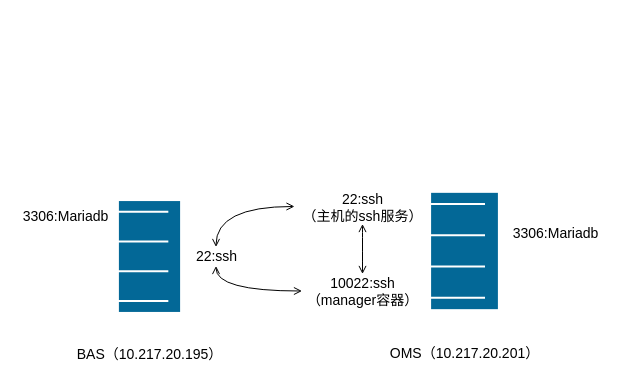
The draw.io diagram page "MHA-Mariadb" (4 of 4) of Mysql高可用.drawio in waterwatermelon/graph, before the edit. Source tidied: cells renumbered, new cells numbered last; positions are measured from the earlier drawing's top-left corner, leaving out a move shared by most shapes. Both pictures are drawn from the tidied source at 100%, with x=0, y=0 at pixel (17, 164).
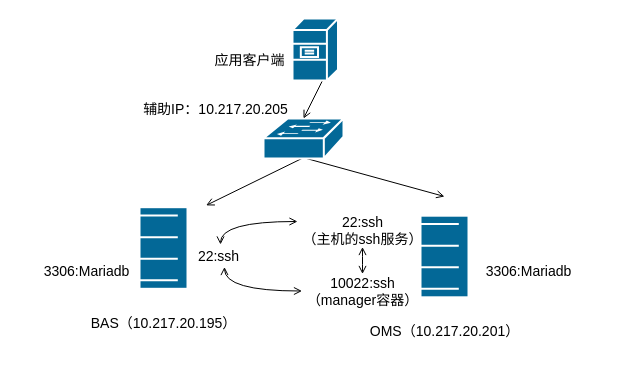
After the change.

Commit message:
更新Mysql高可用.drawio

The change refers to these unchanged cells:
```xml
<mxCell id="7" value="&lt;font style=&quot;font-size: 14px&quot;&gt;10022:ssh &lt;br&gt;（manager容器）&lt;/font&gt;" style="text;html=1;align=center;verticalAlign=middle;points=[];" parent="1" vertex="1">
  <mxGeometry x="284.5" y="109.5" width="121" height="34" as="geometry" />
</mxCell>
```

What changed in the source:
```diff
@@
     <mxCell id="2" value="BAS（10.217.20.195）" style="shape=mxgraph.bpmn.shape;html=1;verticalLabelPosition=bottom;labelBackgroundColor=#ffffff;verticalAlign=top;align=center;perimeter=rhombusPerimeter;outlineConnect=0;symbol=conditional;strokeColor=#000000;strokeWidth=1;fillColor=#FFFFFF;fontSize=14;fillColor=#036897;strokeColor=#ffffff;strokeWidth=2;" parent="1" vertex="1">
-      <mxGeometry x="53" y="9" width="158" height="166" as="geometry" />
+      <mxGeometry x="86" y="23.5" width="120" height="120" as="geometry" />
     </mxCell>
     <mxCell id="3" value="OMS（10.217.20.201）" style="shape=mxgraph.bpmn.shape;html=1;verticalLabelPosition=bottom;labelBackgroundColor=#ffffff;verticalAlign=top;align=center;perimeter=rhombusPerimeter;outlineConnect=0;symbol=conditional;strokeColor=#ffffff;strokeWidth=2;fillColor=#036897;fontSize=14;" parent="1" vertex="1">
-      <mxGeometry x="361" y="-0.5" width="172" height="174" as="geometry" />
+      <mxGeometry x="367" y="32" width="120" height="120" as="geometry" />
     </mxCell>
     <mxCell id="4" value="&lt;font style=&quot;font-size: 14px&quot;&gt;3306:Mariadb&lt;/font&gt;" style="text;html=1;align=center;verticalAlign=middle;" parent="1" vertex="1">
-      <mxGeometry x="490" y="59.5" width="96" height="19" as="geometry" />
+      <mxGeometry x="463" y="97" width="96" height="19" as="geometry" />
     </mxCell>
     <mxCell id="5" value="&lt;font style=&quot;font-size: 14px&quot;&gt;3306:Mariadb&lt;/font&gt;" style="text;html=1;align=center;verticalAlign=middle;" parent="1" vertex="1">
-      <mxGeometry y="42.5" width="96" height="19" as="geometry" />
+      <mxGeometry x="21" y="97" width="96" height="19" as="geometry" />
     </mxCell>
-    <mxCell id="6" style="edgeStyle=orthogonalEdgeStyle;rounded=0;jettySize=auto;html=1;fontSize=14;fontColor=#FFFFFF;startArrow=open;startFill=0;endArrow=open;endFill=0;curved=1;" parent="1" edge="1" source="7" target="11">
+    <mxCell id="6" style="edgeStyle=orthogonalEdgeStyle;rounded=0;jettySize=auto;html=1;fontSize=14;fontColor=#FFFFFF;startArrow=open;startFill=0;endArrow=open;endFill=0;curved=1;entryX=0.627;entryY=1.053;entryDx=0;entryDy=0;entryPerimeter=0;" parent="1" edge="1" source="7" target="11">
       <mxGeometry relative="1" as="geometry" />
     </mxCell>
@@
+    <mxCell id="9" style="edgeStyle=orthogonalEdgeStyle;curved=1;rounded=0;jettySize=auto;html=1;startArrow=open;startFill=0;endArrow=open;endFill=0;fontSize=14;fontColor=#FFFFFF;" parent="1" edge="1" source="10" target="7">
+      <mxGeometry relative="1" as="geometry" />
+    </mxCell>
-    <mxCell id="8" style="edgeStyle=orthogonalEdgeStyle;rounded=0;jettySize=auto;html=1;fontSize=14;fontColor=#FFFFFF;startArrow=open;startFill=0;endArrow=open;endFill=0;elbow=vertical;exitX=-0.023;exitY=0.485;exitDx=0;exitDy=0;exitPerimeter=0;curved=1;" parent="1" edge="1" source="10" target="11">
-      <mxGeometry relative="1" as="geometry" />
+    <mxCell id="8" style="edgeStyle=orthogonalEdgeStyle;rounded=0;jettySize=auto;html=1;entryX=0.549;entryY=-0.132;entryDx=0;entryDy=0;entryPerimeter=0;endArrow=open;endFill=0;curved=1;startArrow=open;startFill=0;" parent="1" edge="1" source="10" target="11">
+      <mxGeometry relative="1" as="geometry">
+        <Array as="points">
+          <mxPoint x="203" y="57" />
+        </Array>
+      </mxGeometry>
     </mxCell>
-    <mxCell id="9" style="edgeStyle=orthogonalEdgeStyle;curved=1;rounded=0;jettySize=auto;html=1;startArrow=open;startFill=0;endArrow=open;endFill=0;fontSize=14;fontColor=#FFFFFF;" parent="1" edge="1" source="10" target="7">
-      <mxGeometry relative="1" as="geometry" />
-    </mxCell>
     <mxCell id="10" value="&lt;font style=&quot;font-size: 14px&quot;&gt;22:ssh&lt;br&gt;（主机的ssh服务）&lt;br&gt;&lt;/font&gt;" style="text;html=1;align=center;verticalAlign=middle;points=[];" parent="1" vertex="1">
-      <mxGeometry x="280" y="25.5" width="130" height="34" as="geometry" />
+      <mxGeometry x="280" y="48.5" width="130" height="34" as="geometry" />
     </mxCell>
     <mxCell id="11" value="&lt;font style=&quot;font-size: 14px&quot;&gt;22:ssh&lt;/font&gt;" style="text;html=1;align=center;verticalAlign=middle;points=[];" parent="1" vertex="1">
-      <mxGeometry x="173" y="82.5" width="51" height="19" as="geometry" />
+      <mxGeometry x="175" y="82.5" width="51" height="19" as="geometry" />
     </mxCell>
+    <mxCell id="12" style="rounded=0;jettySize=auto;html=1;endArrow=open;endFill=0;elbow=vertical;exitX=0.5;exitY=0.98;exitDx=0;exitDy=0;exitPerimeter=0;entryX=0.855;entryY=0.145;entryDx=0;entryDy=0;entryPerimeter=0;" parent="1" edge="1" source="14" target="2">
+      <mxGeometry relative="1" as="geometry" />
+    </mxCell>
+    <mxCell id="13" style="edgeStyle=none;rounded=0;jettySize=auto;html=1;endArrow=open;endFill=0;exitX=0.5;exitY=0.98;exitDx=0;exitDy=0;exitPerimeter=0;entryX=0.5;entryY=0;entryDx=0;entryDy=0;" parent="1" edge="1" source="14" target="3">
+      <mxGeometry relative="1" as="geometry" />
+    </mxCell>
+    <mxCell id="14" style="shape=mxgraph.cisco.switches.workgroup_switch;html=1;dashed=0;fillColor=#036897;strokeColor=#ffffff;strokeWidth=2;verticalLabelPosition=bottom;verticalAlign=top;align=center;outlineConnect=0;" parent="1" vertex="1">
+      <mxGeometry x="246" y="-46" width="80" height="40" as="geometry" />
+    </mxCell>
+    <mxCell id="15" style="rounded=0;jettySize=auto;html=1;exitX=1;exitY=0.5;exitDx=0;exitDy=0;exitPerimeter=0;entryX=0.5;entryY=0;entryDx=0;entryDy=0;entryPerimeter=0;endArrow=open;endFill=0;" parent="1" edge="1" source="16" target="14">
+      <mxGeometry relative="1" as="geometry" />
+    </mxCell>
+    <mxCell id="16" style="shape=mxgraph.cisco.servers.file_server;html=1;dashed=0;fillColor=#036897;strokeColor=#ffffff;strokeWidth=2;verticalLabelPosition=bottom;verticalAlign=top;align=center;outlineConnect=0;" parent="1" vertex="1">
+      <mxGeometry x="275" y="-146" width="45.5" height="62" as="geometry" />
+    </mxCell>
+    <mxCell id="17" value="&lt;span style=&quot;font-size: 14px&quot;&gt;应用客户端&lt;/span&gt;" style="text;html=1;align=center;verticalAlign=middle;" parent="1" vertex="1">
+      <mxGeometry x="192" y="-114" width="80" height="19" as="geometry" />
+    </mxCell>
+    <mxCell id="18" value="&lt;span style=&quot;font-size: 14px&quot;&gt;辅助IP：10.217.20.205&lt;/span&gt;" style="text;html=1;align=center;verticalAlign=middle;" parent="1" vertex="1">
+      <mxGeometry x="120" y="-65" width="155" height="19" as="geometry" />
+    </mxCell>
```
